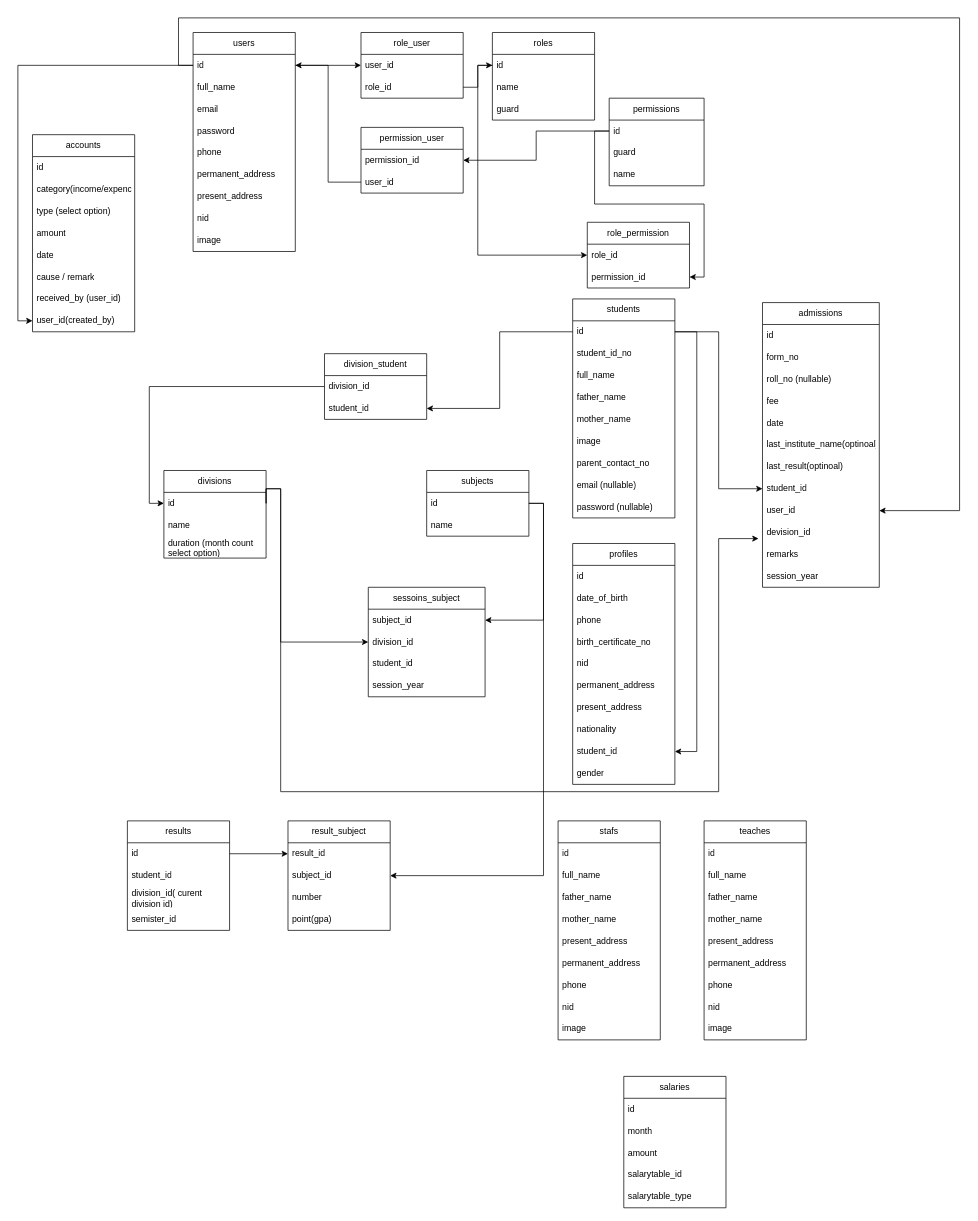
Earlier version of the draw.io diagram Untitled Diagram.drawio (asifmics/javascript). Source tidied: cells renumbered, new cells numbered last; positions are measured from the earlier drawing's top-left corner, leaving out a move shared by most shapes. Both pictures are drawn from the tidied source at 73%, with x=0, y=0 at pixel (32, 18).
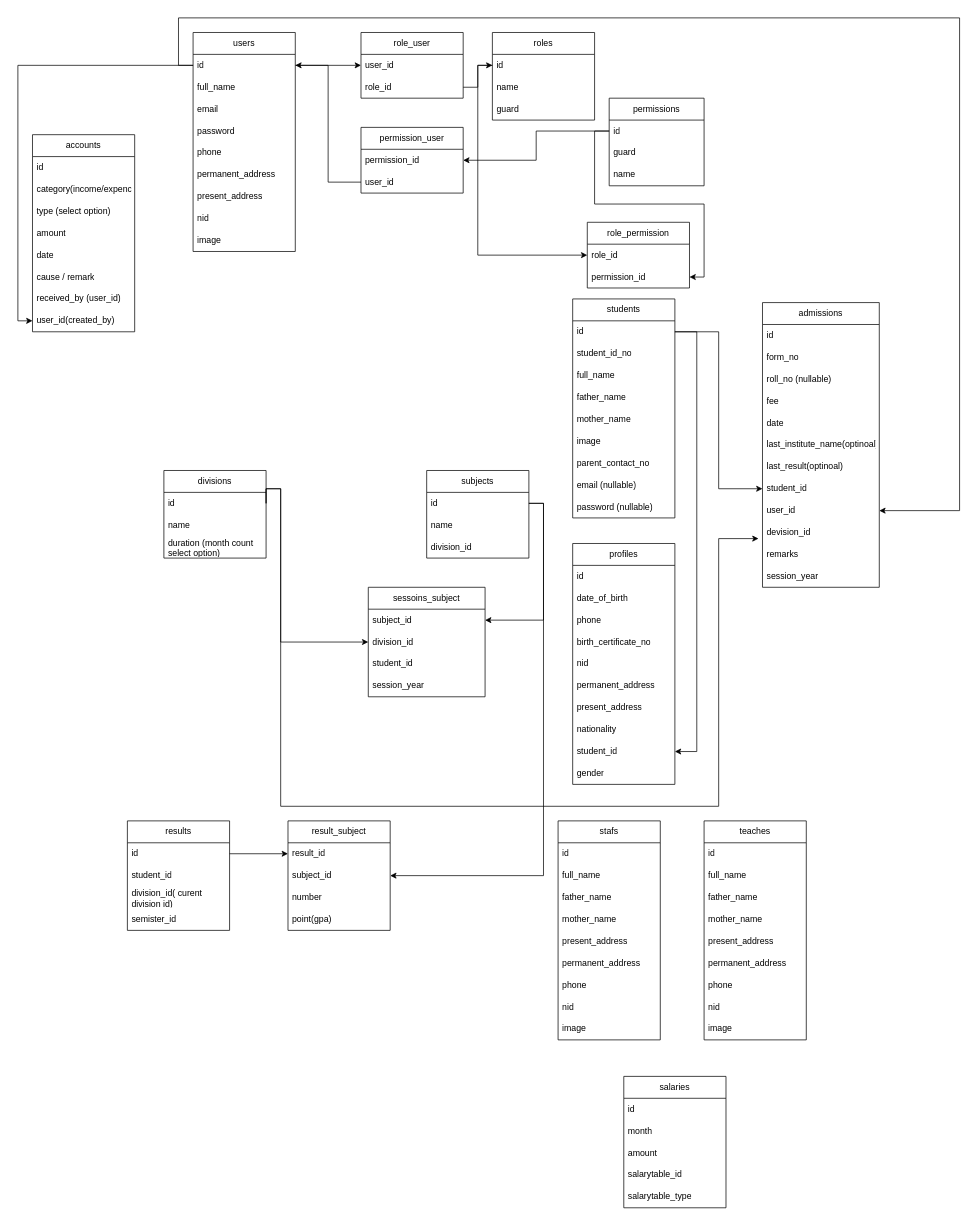
The same diagram, later.

Unchanged cells that the change refers to:
```xml
<mxCell id="36" value="id" style="text;strokeColor=none;fillColor=none;align=left;verticalAlign=middle;spacingLeft=4;spacingRight=4;overflow=hidden;points=[[0,0.5],[1,0.5]];portConstraint=eastwest;whiteSpace=wrap;html=1;" parent="35" vertex="1">
  <mxGeometry y="30" width="140" height="30" as="geometry" />
</mxCell>
<mxCell id="40" value="id" style="text;strokeColor=none;fillColor=none;align=left;verticalAlign=middle;spacingLeft=4;spacingRight=4;overflow=hidden;points=[[0,0.5],[1,0.5]];portConstraint=eastwest;whiteSpace=wrap;html=1;" parent="39" vertex="1">
  <mxGeometry y="30" width="140" height="30" as="geometry" />
</mxCell>
<mxCell id="73" value="devision_id" style="text;strokeColor=none;fillColor=none;align=left;verticalAlign=middle;spacingLeft=4;spacingRight=4;overflow=hidden;points=[[0,0.5],[1,0.5]];portConstraint=eastwest;whiteSpace=wrap;html=1;" parent="63" vertex="1">
  <mxGeometry y="300" width="160" height="30" as="geometry" />
</mxCell>
```

Change to the diagram source:
```diff
@@
     <mxCell id="49" value="subjects" style="swimlane;fontStyle=0;horizontal=1;startSize=30;whiteSpace=wrap;html=1;" parent="1" vertex="1">
-      <mxGeometry x="540" y="620" width="140" height="90" as="geometry" />
+      <mxGeometry x="540" y="620" width="140" height="120" as="geometry" />
     </mxCell>
@@
+    <mxCell id="59" value="division_id" style="text;strokeColor=none;fillColor=none;align=left;verticalAlign=middle;spacingLeft=4;spacingRight=4;overflow=hidden;points=[[0,0.5],[1,0.5]];portConstraint=eastwest;whiteSpace=wrap;html=1;" parent="49" vertex="1">
+      <mxGeometry y="90" width="140" height="30" as="geometry" />
+    </mxCell>
@@
-    <mxCell id="58" value="division_student" style="swimlane;fontStyle=0;horizontal=1;startSize=30;whiteSpace=wrap;html=1;" parent="1" vertex="1">
-      <mxGeometry x="400" y="460" width="140" height="90" as="geometry" />
-    </mxCell>
-    <mxCell id="59" value="division_id" style="text;strokeColor=none;fillColor=none;align=left;verticalAlign=middle;spacingLeft=4;spacingRight=4;overflow=hidden;points=[[0,0.5],[1,0.5]];portConstraint=eastwest;whiteSpace=wrap;html=1;" parent="58" vertex="1">
-      <mxGeometry y="30" width="140" height="30" as="geometry" />
-    </mxCell>
-    <mxCell id="60" value="student_id" style="text;strokeColor=none;fillColor=none;align=left;verticalAlign=middle;spacingLeft=4;spacingRight=4;overflow=hidden;points=[[0,0.5],[1,0.5]];portConstraint=eastwest;whiteSpace=wrap;html=1;" parent="58" vertex="1">
-      <mxGeometry y="60" width="140" height="30" as="geometry" />
-    </mxCell>
-    <mxCell id="61" style="edgeStyle=orthogonalEdgeStyle;rounded=0;jettySize=auto;html=1;exitX=0;exitY=0.5;exitDx=0;exitDy=0;entryX=0;entryY=0.5;entryDx=0;entryDy=0;" parent="1" edge="1" source="59" target="36">
-      <mxGeometry relative="1" as="geometry" />
-    </mxCell>
-    <mxCell id="62" style="edgeStyle=orthogonalEdgeStyle;rounded=0;jettySize=auto;html=1;exitX=0;exitY=0.5;exitDx=0;exitDy=0;entryX=1;entryY=0.5;entryDx=0;entryDy=0;" parent="1" edge="1" source="40" target="60">
-      <mxGeometry relative="1" as="geometry" />
-    </mxCell>
@@
     <mxCell id="77" style="edgeStyle=orthogonalEdgeStyle;rounded=0;jettySize=auto;html=1;exitX=1;exitY=0.5;exitDx=0;exitDy=0;entryX=-0.034;entryY=0.777;entryDx=0;entryDy=0;entryPerimeter=0;" parent="1" edge="1" source="36" target="73">
       <mxGeometry relative="1" as="geometry">
         <Array as="points">
           <mxPoint x="320" y="645" />
           <mxPoint x="340" y="645" />
-          <mxPoint x="340" y="1060" />
-          <mxPoint x="940" y="1060" />
+          <mxPoint x="340" y="1080" />
+          <mxPoint x="940" y="1080" />
           <mxPoint x="940" y="713" />
         </Array>
       </mxGeometry>
     </mxCell>
```
